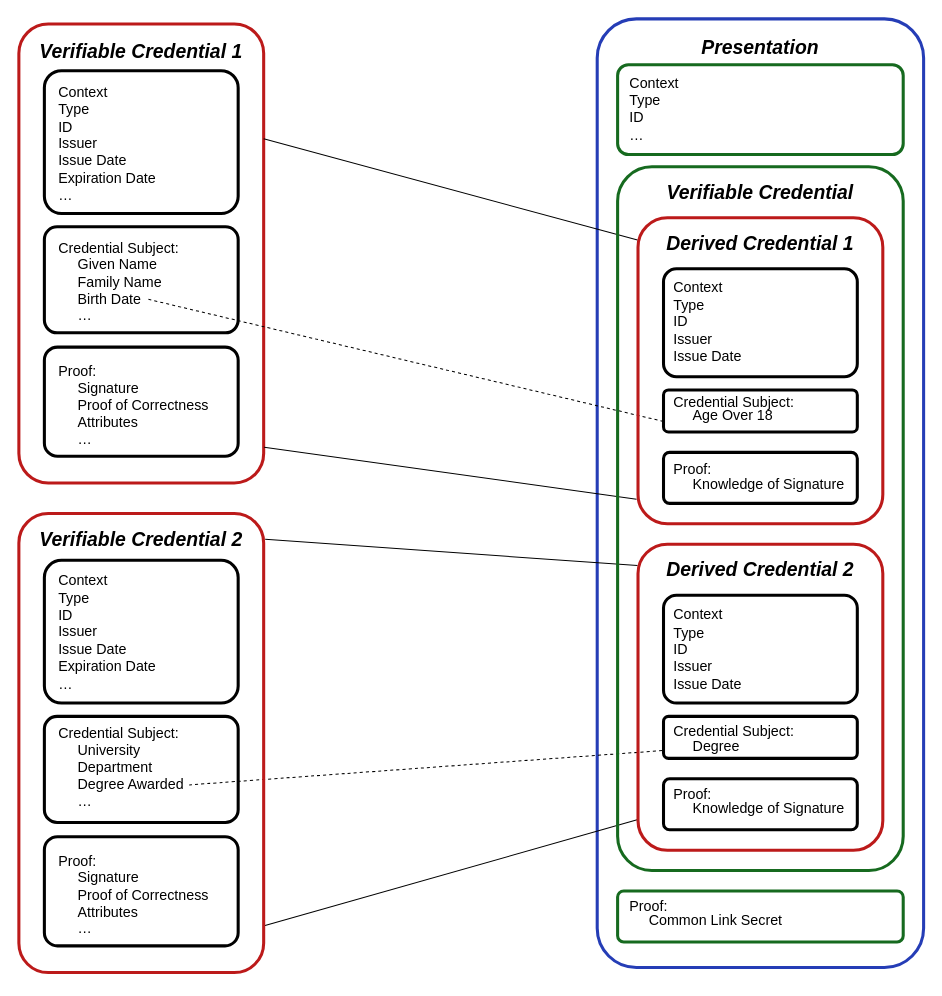
w3c/vc-data-model keeps this draw.io diagram as diagrams/zkp-cred-pres.drawio. Above is the earlier version. Source tidied: cells renumbered, new cells numbered last; positions are measured from the earlier drawing's top-left corner, leaving out a move shared by most shapes. Both pictures are drawn from the tidied source at 102%, with x=0, y=0 at pixel (18, 18).
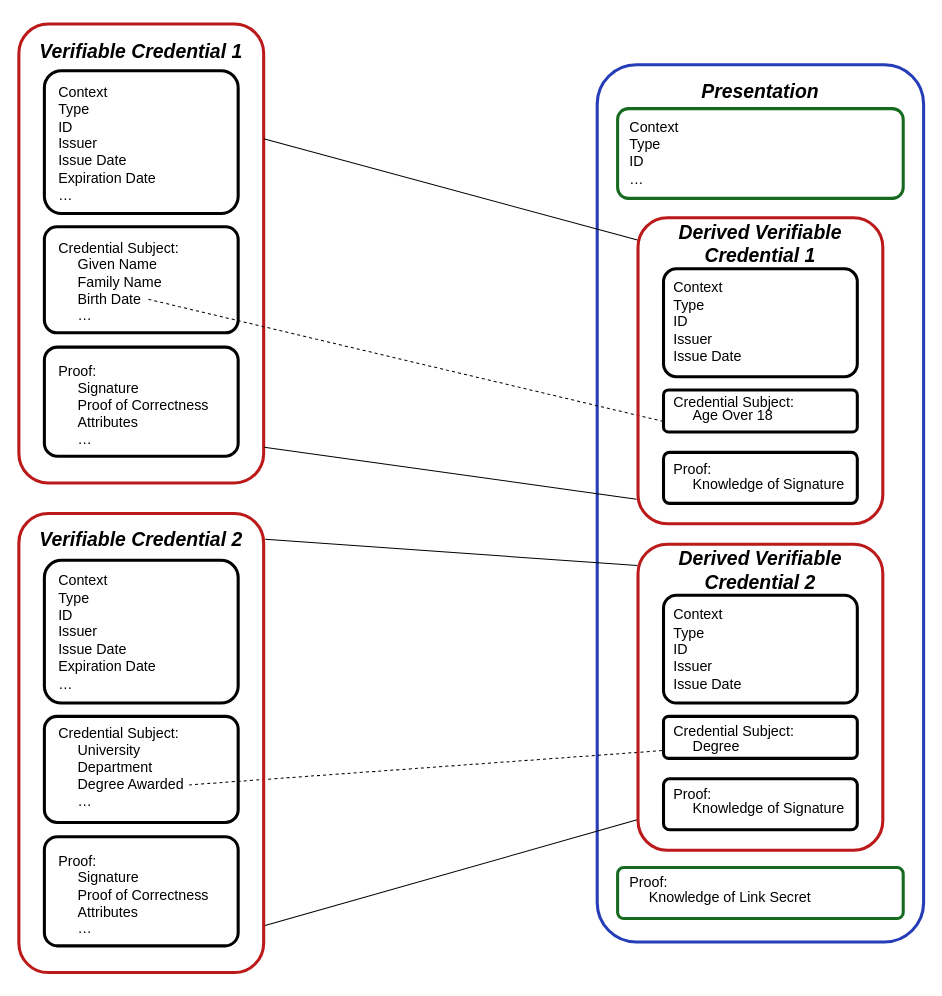
Above is the later version.

Commit message (it also covers changes not shown here):
Update ZKP diagram to match vc-di-bbs.

Diff of the diagram source:
```diff
@@
     <mxCell id="4" style="rounded=1;whiteSpace=wrap;html=1;fillColor=none;strokeWidth=3;arcSize=12;labelPosition=center;verticalLabelPosition=middle;align=center;verticalAlign=middle;spacingTop=0;strokeColor=#253db6;" parent="1" vertex="1">
-      <mxGeometry x="567" width="320" height="930" as="geometry" />
+      <mxGeometry x="567" y="45" width="320" height="860" as="geometry" />
     </mxCell>
@@
-    <mxCell id="16" style="rounded=1;whiteSpace=wrap;html=1;fillColor=none;strokeWidth=3;arcSize=12;labelPosition=center;verticalLabelPosition=middle;align=center;verticalAlign=middle;spacingTop=0;strokeColor=#166a1f;" parent="1" vertex="1">
-      <mxGeometry x="587" y="145" width="280" height="690" as="geometry" />
-    </mxCell>
-    <mxCell id="17" value="&lt;i&gt;&lt;b&gt;&lt;font style=&quot;font-size: 19px;&quot;&gt;Verifiable Credential&lt;/font&gt;&lt;/b&gt;&lt;/i&gt;" style="text;html=1;align=center;verticalAlign=middle;whiteSpace=wrap;rounded=0;fontSize=16;" parent="1" vertex="1">
-      <mxGeometry x="617" y="155" width="220" height="31.9" as="geometry" />
-    </mxCell>
     <mxCell id="18" style="rounded=1;whiteSpace=wrap;html=1;fillColor=none;strokeWidth=3;arcSize=12;align=left;flipV=1;strokeColor=#166a1f;" parent="1" vertex="1">
-      <mxGeometry x="587" y="45" width="280" height="88" as="geometry" />
+      <mxGeometry x="587" y="88" width="280" height="88" as="geometry" />
     </mxCell>
     <mxCell id="19" style="rounded=1;whiteSpace=wrap;html=1;fillColor=none;strokeWidth=3;arcSize=12;align=left;flipV=1;strokeColor=#166a1f;" parent="1" vertex="1">
-      <mxGeometry x="587" y="855" width="280" height="50" as="geometry" />
+      <mxGeometry x="587" y="832" width="280" height="50" as="geometry" />
     </mxCell>
@@
     <mxCell id="21" value="&lt;i&gt;&lt;b&gt;&lt;font style=&quot;font-size: 19px;&quot;&gt;Presentation&lt;/font&gt;&lt;/b&gt;&lt;/i&gt;" style="text;html=1;align=center;verticalAlign=middle;whiteSpace=wrap;rounded=0;fontSize=16;" parent="1" vertex="1">
-      <mxGeometry x="617" y="13.1" width="220" height="31.9" as="geometry" />
+      <mxGeometry x="617" y="56.1" width="220" height="31.9" as="geometry" />
     </mxCell>
@@
-    <mxCell id="26" value="&lt;i&gt;&lt;b&gt;&lt;font style=&quot;font-size: 19px;&quot;&gt;Derived Credential 1&lt;/font&gt;&lt;/b&gt;&lt;/i&gt;" style="text;html=1;align=center;verticalAlign=middle;whiteSpace=wrap;rounded=0;fontSize=16;" parent="1" vertex="1">
+    <mxCell id="26" value="&lt;i&gt;&lt;b&gt;&lt;font style=&quot;font-size: 19px&quot;&gt;Derived Verifiable Credential 1&lt;/font&gt;&lt;/b&gt;&lt;/i&gt;" style="text;html=1;align=center;verticalAlign=middle;whiteSpace=wrap;rounded=0;fontSize=16;" parent="1" vertex="1">
       <mxGeometry x="617" y="205" width="220" height="31.9" as="geometry" />
     </mxCell>
@@
-    <mxCell id="32" value="&lt;i&gt;&lt;b&gt;&lt;font style=&quot;font-size: 19px;&quot;&gt;Derived Credential 2&lt;/font&gt;&lt;/b&gt;&lt;/i&gt;" style="text;html=1;align=center;verticalAlign=middle;whiteSpace=wrap;rounded=0;fontSize=16;" parent="1" vertex="1">
+    <mxCell id="32" value="&lt;i&gt;&lt;b&gt;&lt;font style=&quot;font-size: 19px&quot;&gt;Derived Verifiable Credential 2&lt;/font&gt;&lt;/b&gt;&lt;/i&gt;" style="text;html=1;align=center;verticalAlign=middle;whiteSpace=wrap;rounded=0;fontSize=16;" parent="1" vertex="1">
       <mxGeometry x="617" y="525" width="220" height="31.9" as="geometry" />
     </mxCell>
@@
     <mxCell id="41" value="&lt;font style=&quot;font-size: 14px;&quot;&gt;Context&lt;/font&gt;&lt;div style=&quot;font-size: 14px;&quot;&gt;&lt;font style=&quot;font-size: 14px;&quot;&gt;Type&lt;/font&gt;&lt;/div&gt;&lt;div style=&quot;font-size: 14px;&quot;&gt;&lt;font style=&quot;font-size: 14px;&quot;&gt;ID&lt;/font&gt;&lt;/div&gt;&lt;div style=&quot;font-size: 14px;&quot;&gt;&lt;font style=&quot;font-size: 14px;&quot;&gt;…&lt;/font&gt;&lt;/div&gt;" style="text;html=1;align=left;verticalAlign=middle;whiteSpace=wrap;rounded=0;fontSize=16;" parent="1" vertex="1">
-      <mxGeometry x="597" y="50.8" width="100" height="72" as="geometry" />
+      <mxGeometry x="597" y="93.8" width="100" height="72" as="geometry" />
     </mxCell>
@@
     <mxCell id="73" style="group;" parent="1" vertex="1">
-      <mxGeometry x="597" y="869" width="190" height="27" as="geometry" />
+      <mxGeometry x="597" y="846" width="190" height="27" as="geometry" />
     </mxCell>
@@
-    <mxCell id="75" value="&lt;div style=&quot;font-size: 14px;&quot;&gt;&lt;span style=&quot;background-color: initial;&quot;&gt;Common Link Secret&lt;/span&gt;&lt;/div&gt;" style="text;html=1;align=left;verticalAlign=middle;whiteSpace=wrap;rounded=0;fontSize=16;" parent="73" vertex="1">
+    <mxCell id="75" value="&lt;div style=&quot;font-size: 14px&quot;&gt;&lt;span&gt;Knowledge of Link Secret&lt;/span&gt;&lt;/div&gt;" style="text;html=1;align=left;verticalAlign=middle;whiteSpace=wrap;rounded=0;fontSize=16;" parent="73" vertex="1">
       <mxGeometry x="19" y="2.2" width="171" height="24.8" as="geometry" />
     </mxCell>
```
